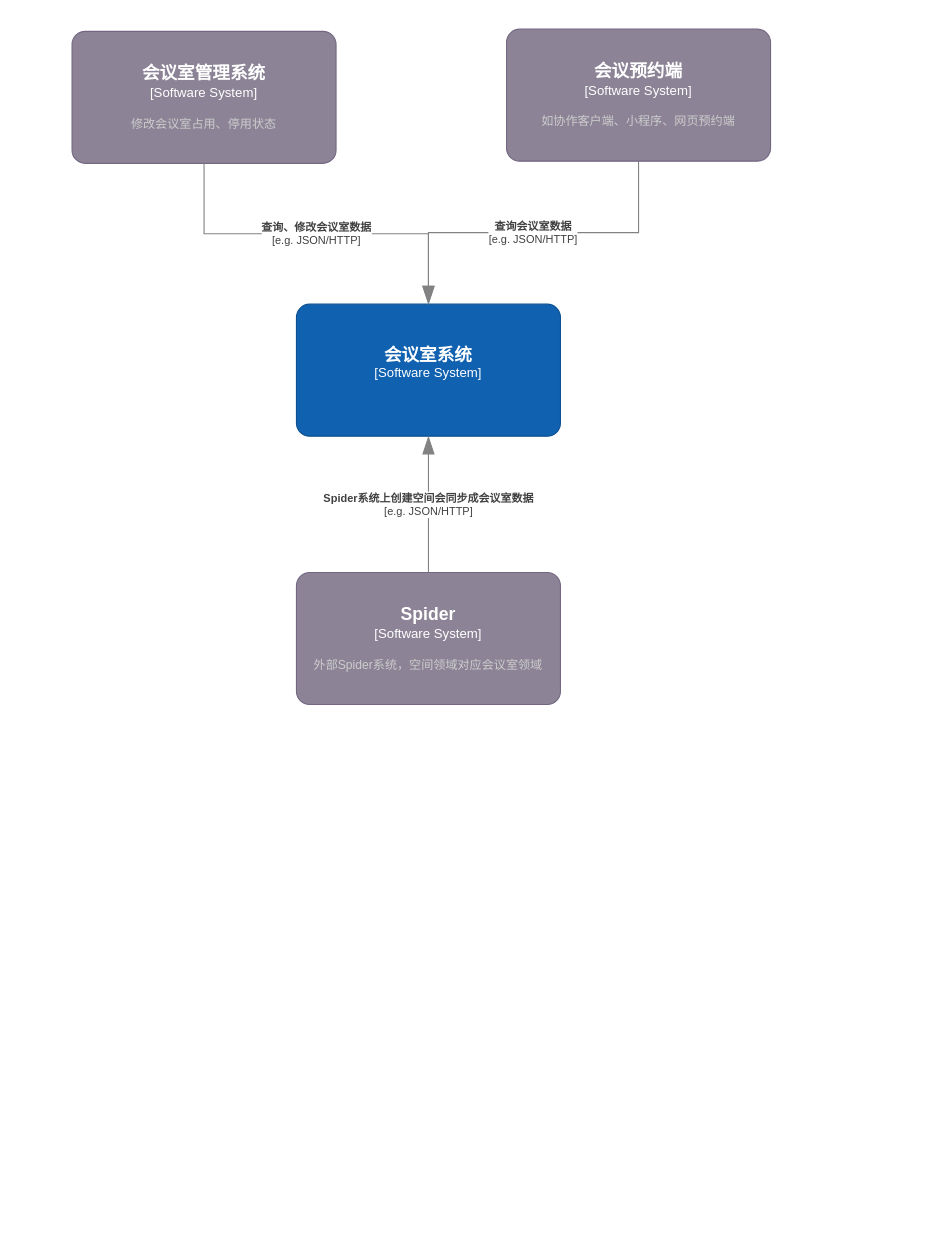
Above: 未命名绘图.drawio in laowang-cloud/diagrams (draw.io), before the change. Source tidied: cells renumbered, new cells numbered last; positions are measured from the earlier drawing's top-left corner, leaving out a move shared by most shapes. Both pictures are drawn from the tidied source at 110%, with x=0, y=0 at pixel (72, 29).
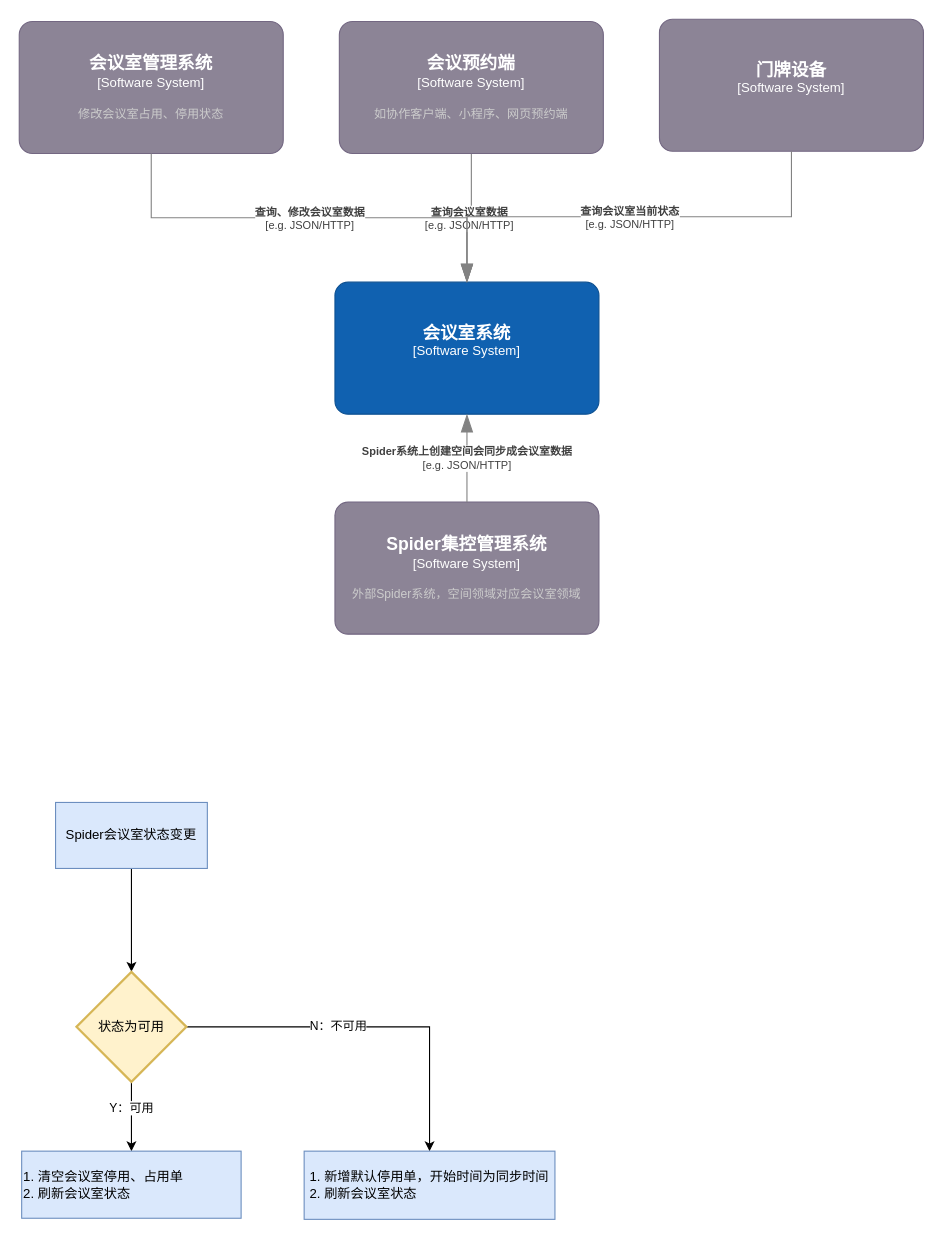
After the change.

Commit message:
更新未命名绘图.drawio

Change to the diagram source:
```diff
@@
     <object id="2" label="&lt;font style=&quot;font-size: 16px&quot;&gt;&lt;b&gt;%c4Name%&lt;/b&gt;&lt;/font&gt;&lt;div&gt;[%c4Type%]&lt;/div&gt;&lt;br&gt;&lt;div&gt;&lt;font style=&quot;font-size: 11px&quot;&gt;&lt;font color=&quot;#cccccc&quot;&gt;%c4Description%&lt;/font&gt;&lt;/div&gt;" c4Description="" c4Name="会议室系统" c4Type="Software System" placeholders="1">
       <mxCell style="rounded=1;whiteSpace=wrap;html=1;labelBackgroundColor=none;fillColor=#1061B0;fontColor=#ffffff;align=center;arcSize=10;strokeColor=#0D5091;points=[[0.25,0,0],[0.5,0,0],[0.75,0,0],[1,0.25,0],[1,0.5,0],[1,0.75,0],[0.75,1,0],[0.5,1,0],[0.25,1,0],[0,0.75,0],[0,0.5,0],[0,0.25,0]];" parent="1" vertex="1">
-        <mxGeometry x="204" y="250" width="240" height="120" as="geometry" />
+        <mxGeometry x="239" y="230" width="240" height="120" as="geometry" />
       </mxCell>
     </object>
-    <object id="3" label="&lt;font style=&quot;font-size: 16px&quot;&gt;&lt;b&gt;%c4Name%&lt;/b&gt;&lt;/font&gt;&lt;div&gt;[%c4Type%]&lt;/div&gt;&lt;br&gt;&lt;div&gt;&lt;font style=&quot;font-size: 11px&quot;&gt;&lt;font color=&quot;#cccccc&quot;&gt;%c4Description%&lt;/font&gt;&lt;/div&gt;" c4Description="外部Spider系统，空间领域对应会议室领域" c4Name="Spider" c4Type="Software System" placeholders="1">
+    <object id="3" label="&lt;font style=&quot;font-size: 16px&quot;&gt;&lt;b&gt;%c4Name%&lt;/b&gt;&lt;/font&gt;&lt;div&gt;[%c4Type%]&lt;/div&gt;&lt;br&gt;&lt;div&gt;&lt;font style=&quot;font-size: 11px&quot;&gt;&lt;font color=&quot;#cccccc&quot;&gt;%c4Description%&lt;/font&gt;&lt;/div&gt;" c4Description="外部Spider系统，空间领域对应会议室领域" c4Name="Spider集控管理系统" c4Type="Software System" placeholders="1">
       <mxCell style="rounded=1;whiteSpace=wrap;html=1;labelBackgroundColor=none;fillColor=#8C8496;fontColor=#ffffff;align=center;arcSize=10;strokeColor=#736782;points=[[0.25,0,0],[0.5,0,0],[0.75,0,0],[1,0.25,0],[1,0.5,0],[1,0.75,0],[0.75,1,0],[0.5,1,0],[0.25,1,0],[0,0.75,0],[0,0.5,0],[0,0.25,0]];" parent="1" vertex="1">
-        <mxGeometry x="204" y="494" width="240" height="120" as="geometry" />
+        <mxGeometry x="239" y="430" width="240" height="120" as="geometry" />
       </mxCell>
     </object>
@@
     <object id="5" label="&lt;font style=&quot;font-size: 16px&quot;&gt;&lt;b&gt;%c4Name%&lt;/b&gt;&lt;/font&gt;&lt;div&gt;[%c4Type%]&lt;/div&gt;&lt;br&gt;&lt;div&gt;&lt;font style=&quot;font-size: 11px&quot;&gt;&lt;font color=&quot;#cccccc&quot;&gt;%c4Description%&lt;/font&gt;&lt;/div&gt;" c4Description="修改会议室占用、停用状态" c4Name="会议室管理系统" c4Type="Software System" placeholders="1">
       <mxCell style="rounded=1;whiteSpace=wrap;html=1;labelBackgroundColor=none;fillColor=#8C8496;fontColor=#ffffff;align=center;arcSize=10;strokeColor=#736782;points=[[0.25,0,0],[0.5,0,0],[0.75,0,0],[1,0.25,0],[1,0.5,0],[1,0.75,0],[0.75,1,0],[0.5,1,0],[0.25,1,0],[0,0.75,0],[0,0.5,0],[0,0.25,0]];" parent="1" vertex="1">
-        <mxGeometry y="2" width="240" height="120" as="geometry" />
+        <mxGeometry x="-48" y="-7" width="240" height="120" as="geometry" />
       </mxCell>
     </object>
     <object id="6" label="&lt;font style=&quot;font-size: 16px&quot;&gt;&lt;b&gt;%c4Name%&lt;/b&gt;&lt;/font&gt;&lt;div&gt;[%c4Type%]&lt;/div&gt;&lt;br&gt;&lt;div&gt;&lt;font style=&quot;font-size: 11px&quot;&gt;&lt;font color=&quot;#cccccc&quot;&gt;%c4Description%&lt;/font&gt;&lt;/div&gt;" c4Description="如协作客户端、小程序、网页预约端" c4Name="会议预约端" c4Type="Software System" placeholders="1">
       <mxCell style="rounded=1;whiteSpace=wrap;html=1;labelBackgroundColor=none;fillColor=#8C8496;fontColor=#ffffff;align=center;arcSize=10;strokeColor=#736782;points=[[0.25,0,0],[0.5,0,0],[0.75,0,0],[1,0.25,0],[1,0.5,0],[1,0.75,0],[0.75,1,0],[0.5,1,0],[0.25,1,0],[0,0.75,0],[0,0.5,0],[0,0.25,0]];" parent="1" vertex="1">
-        <mxGeometry x="395" width="240" height="120" as="geometry" />
+        <mxGeometry x="243" y="-7" width="240" height="120" as="geometry" />
       </mxCell>
     </object>
@@
+    <object id="9" label="&lt;font style=&quot;font-size: 16px&quot;&gt;&lt;b&gt;%c4Name%&lt;/b&gt;&lt;/font&gt;&lt;div&gt;[%c4Type%]&lt;/div&gt;&lt;br&gt;&lt;div&gt;&lt;font style=&quot;font-size: 11px&quot;&gt;&lt;font color=&quot;#cccccc&quot;&gt;%c4Description%&lt;/font&gt;&lt;/div&gt;" c4Description="" c4Name="门牌设备" c4Type="Software System" placeholders="1">
+      <mxCell style="rounded=1;whiteSpace=wrap;html=1;labelBackgroundColor=none;fillColor=#8C8496;fontColor=#ffffff;align=center;arcSize=10;strokeColor=#736782;points=[[0.25,0,0],[0.5,0,0],[0.75,0,0],[1,0.25,0],[1,0.5,0],[1,0.75,0],[0.75,1,0],[0.5,1,0],[0.25,1,0],[0,0.75,0],[0,0.5,0],[0,0.25,0]];" parent="1" vertex="1">
+        <mxGeometry x="534" y="-9" width="240" height="120" as="geometry" />
+      </mxCell>
+    </object>
+    <object id="10" label="&lt;div style=&quot;text-align: left&quot;&gt;&lt;div style=&quot;text-align: center&quot;&gt;&lt;b&gt;%c4Description%&lt;/b&gt;&lt;/div&gt;&lt;div style=&quot;text-align: center&quot;&gt;[%c4Technology%]&lt;/div&gt;&lt;/div&gt;" c4Description="查询会议室当前状态" c4Technology="e.g. JSON/HTTP" placeholders="1">
+      <mxCell style="endArrow=blockThin;html=1;fontSize=10;fontColor=#404040;strokeWidth=1;endFill=1;strokeColor=#828282;elbow=vertical;endSize=14;startSize=14;jumpStyle=arc;jumpSize=16;rounded=0;edgeStyle=orthogonalEdgeStyle;exitX=0.5;exitY=1;exitDx=0;exitDy=0;exitPerimeter=0;entryX=0.5;entryY=0;entryDx=0;entryDy=0;entryPerimeter=0;" parent="1" edge="1" source="9" target="2">
+        <mxGeometry relative="1" as="geometry" />
+      </mxCell>
+    </object>
+    <mxCell id="11" style="edgeStyle=orthogonalEdgeStyle;rounded=0;jettySize=auto;html=1;entryX=0.5;entryY=0;entryDx=0;entryDy=0;entryPerimeter=0;exitX=0.5;exitY=1;exitDx=0;exitDy=0;" parent="1" edge="1" source="18" target="16">
+      <mxGeometry relative="1" as="geometry" />
+    </mxCell>
+    <mxCell id="12" style="edgeStyle=orthogonalEdgeStyle;rounded=0;jettySize=auto;html=1;" parent="1" edge="1" source="16" target="17">
+      <mxGeometry relative="1" as="geometry" />
+    </mxCell>
+    <mxCell id="13" value="Y：可用" style="edgeLabel;html=1;align=center;verticalAlign=middle;" parent="12" vertex="1">
+      <mxGeometry x="-0.27" y="-1" relative="1" as="geometry" />
+    </mxCell>
+    <mxCell id="14" style="edgeStyle=orthogonalEdgeStyle;rounded=0;jettySize=auto;html=1;" parent="1" edge="1" source="16" target="19">
+      <mxGeometry relative="1" as="geometry" />
+    </mxCell>
+    <mxCell id="15" value="N：不可用" style="edgeLabel;html=1;align=center;verticalAlign=middle;" parent="14" vertex="1">
+      <mxGeometry x="-0.18" y="2" relative="1" as="geometry" />
+    </mxCell>
+    <mxCell id="16" value="状态为可用" style="strokeWidth=2;html=1;shape=mxgraph.flowchart.decision;whiteSpace=wrap;fillColor=#fff2cc;strokeColor=#d6b656;" parent="1" vertex="1">
+      <mxGeometry x="4" y="857" width="100" height="100" as="geometry" />
+    </mxCell>
+    <mxCell id="17" value="1. 清空会议室停用、占用单&lt;br&gt;2. 刷新会议室状态" style="rounded=0;whiteSpace=wrap;html=1;align=left;fillColor=#dae8fc;strokeColor=#6c8ebf;" parent="1" vertex="1">
+      <mxGeometry x="-45.8" y="1020" width="199.5" height="61" as="geometry" />
+    </mxCell>
+    <mxCell id="18" value="&lt;span&gt;Spider会议室状态变更&lt;/span&gt;" style="rounded=0;whiteSpace=wrap;html=1;fillColor=#dae8fc;strokeColor=#6c8ebf;" parent="1" vertex="1">
+      <mxGeometry x="-15" y="703" width="138" height="60" as="geometry" />
+    </mxCell>
+    <mxCell id="19" value="&lt;div style=&quot;text-align: left&quot;&gt;&lt;span&gt;1. 新增默认停用单，开始时间为同步时间&lt;/span&gt;&lt;/div&gt;&lt;div style=&quot;text-align: left&quot;&gt;&lt;span&gt;2. 刷新会议室状态&lt;/span&gt;&lt;/div&gt;" style="rounded=0;whiteSpace=wrap;html=1;fillColor=#dae8fc;strokeColor=#6c8ebf;" parent="1" vertex="1">
+      <mxGeometry x="211" y="1020" width="228" height="62" as="geometry" />
+    </mxCell>
```
